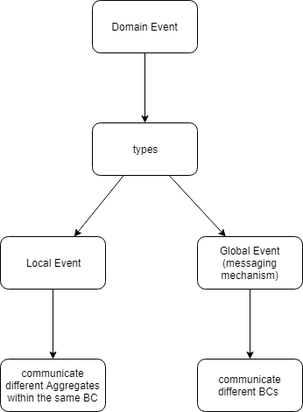
Before: DDD_Domain_Event_Overview.PNG, a diagram exported from draw.io (stsiwo/ddd_concept). Source tidied: cells renumbered, new cells last; positions are measured from the earlier drawing's top-left corner, leaving out a move shared by most shapes. Source of this version:
```xml
<mxGraphModel background="#FFFFFF">
  <root>
    <mxCell id="0" />
    <mxCell id="1" parent="0" />
    <mxCell id="2" style="edgeStyle=orthogonalEdgeStyle;rounded=0;jettySize=auto;html=1;" parent="1" edge="1" source="3" target="6">
      <mxGeometry relative="1" as="geometry" />
    </mxCell>
    <mxCell id="3" value="Domain Event" style="rounded=1;whiteSpace=wrap;html=1;" parent="1" vertex="1">
      <mxGeometry x="105" width="120" height="60" as="geometry" />
    </mxCell>
    <mxCell id="4" style="rounded=0;jettySize=auto;html=1;" parent="1" edge="1" source="6" target="8">
      <mxGeometry relative="1" as="geometry" />
    </mxCell>
    <mxCell id="5" style="edgeStyle=none;rounded=0;jettySize=auto;html=1;" parent="1" edge="1" source="6" target="11">
      <mxGeometry relative="1" as="geometry" />
    </mxCell>
    <mxCell id="6" value="types" style="rounded=1;whiteSpace=wrap;html=1;" parent="1" vertex="1">
      <mxGeometry x="105" y="140" width="120" height="60" as="geometry" />
    </mxCell>
    <mxCell id="7" style="edgeStyle=none;rounded=0;jettySize=auto;html=1;" parent="1" edge="1" source="8" target="9">
      <mxGeometry relative="1" as="geometry" />
    </mxCell>
    <mxCell id="8" value="Local Event" style="rounded=1;whiteSpace=wrap;html=1;" parent="1" vertex="1">
      <mxGeometry y="270" width="120" height="60" as="geometry" />
    </mxCell>
    <mxCell id="9" value="communicate different Aggregates within the same BC" style="rounded=1;whiteSpace=wrap;html=1;" parent="1" vertex="1">
      <mxGeometry y="410" width="120" height="60" as="geometry" />
    </mxCell>
    <mxCell id="10" style="edgeStyle=none;rounded=0;jettySize=auto;html=1;" parent="1" edge="1" source="11" target="12">
      <mxGeometry relative="1" as="geometry" />
    </mxCell>
    <mxCell id="11" value="Global Event&lt;br&gt;(messaging mechanism)&lt;br&gt;" style="rounded=1;whiteSpace=wrap;html=1;" parent="1" vertex="1">
      <mxGeometry x="225" y="270" width="120" height="60" as="geometry" />
    </mxCell>
    <mxCell id="12" value="communicate different BCs&amp;nbsp;" style="rounded=1;whiteSpace=wrap;html=1;" parent="1" vertex="1">
      <mxGeometry x="225" y="410" width="120" height="60" as="geometry" />
    </mxCell>
  </root>
</mxGraphModel>
```
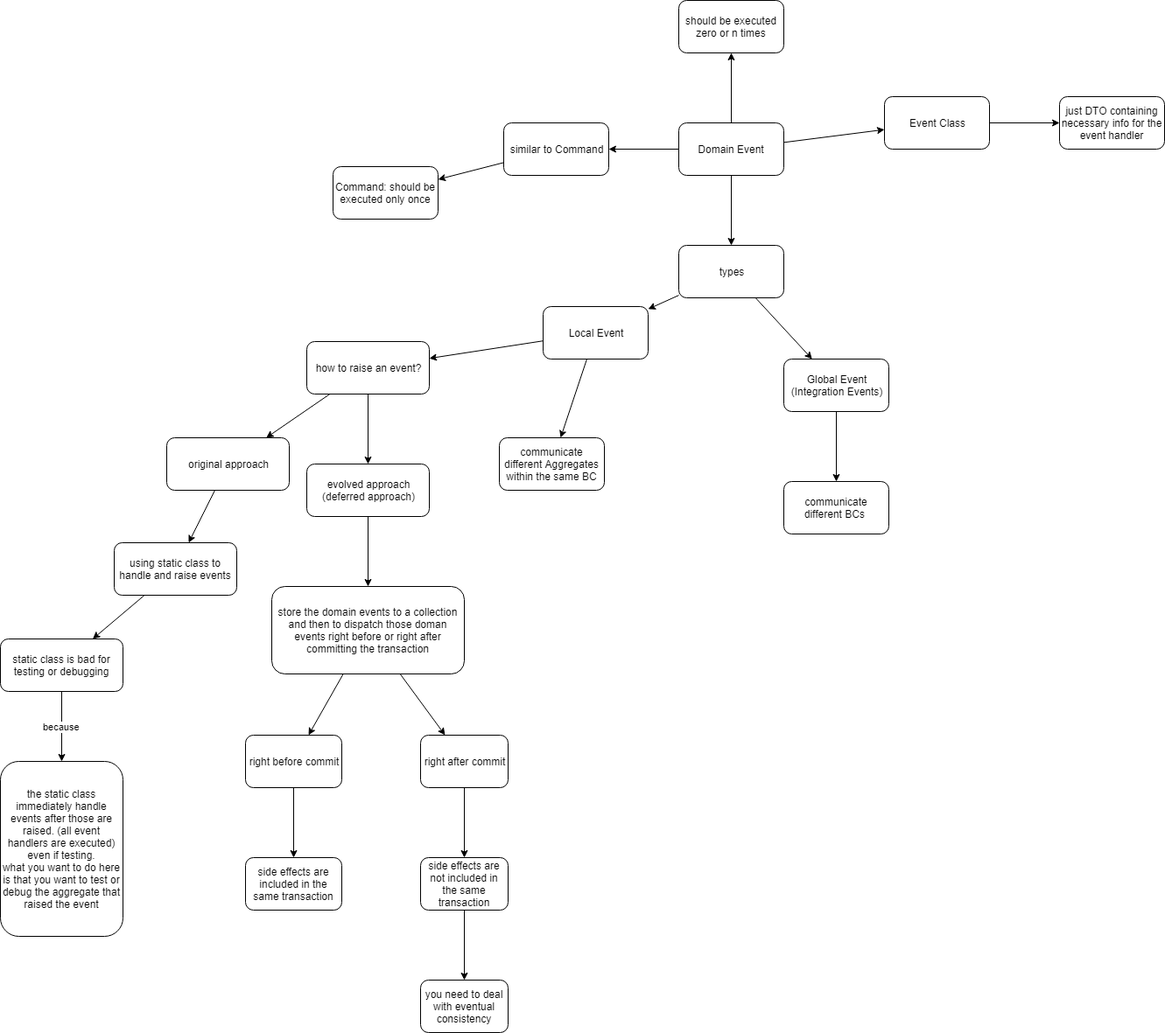
After the commit.

Diff of the diagram source:
```diff
@@ -5,9 +5,39 @@
     <mxCell id="2" style="edgeStyle=orthogonalEdgeStyle;rounded=0;jettySize=auto;html=1;" parent="1" edge="1" source="3" target="6">
       <mxGeometry relative="1" as="geometry" />
     </mxCell>
+    <mxCell id="13" style="edgeStyle=none;rounded=0;jettySize=auto;html=1;" parent="1" edge="1" source="3" target="21">
+      <mxGeometry relative="1" as="geometry" />
+    </mxCell>
+    <mxCell id="14" style="edgeStyle=none;rounded=0;jettySize=auto;html=1;" parent="1" edge="1" source="3" target="19">
+      <mxGeometry relative="1" as="geometry" />
+    </mxCell>
+    <mxCell id="15" style="edgeStyle=none;rounded=0;jettySize=auto;html=1;" parent="1" edge="1" source="3" target="17">
+      <mxGeometry relative="1" as="geometry" />
+    </mxCell>
     <mxCell id="3" value="Domain Event" style="rounded=1;whiteSpace=wrap;html=1;" parent="1" vertex="1">
       <mxGeometry x="105" width="120" height="60" as="geometry" />
     </mxCell>
+    <mxCell id="16" style="edgeStyle=none;rounded=0;jettySize=auto;html=1;" parent="1" edge="1" source="17" target="18">
+      <mxGeometry relative="1" as="geometry" />
+    </mxCell>
+    <mxCell id="17" value="Event Class" style="rounded=1;whiteSpace=wrap;html=1;" parent="1" vertex="1">
+      <mxGeometry x="340" y="-30" width="120" height="60" as="geometry" />
+    </mxCell>
+    <mxCell id="18" value="just DTO containing necessary info for the event handler" style="rounded=1;whiteSpace=wrap;html=1;" parent="1" vertex="1">
+      <mxGeometry x="540" y="-30" width="120" height="60" as="geometry" />
+    </mxCell>
+    <mxCell id="19" value="should be executed zero or n times" style="rounded=1;whiteSpace=wrap;html=1;" parent="1" vertex="1">
+      <mxGeometry x="105" y="-140" width="120" height="60" as="geometry" />
+    </mxCell>
+    <mxCell id="20" style="edgeStyle=none;rounded=0;jettySize=auto;html=1;" parent="1" edge="1" source="21" target="22">
+      <mxGeometry relative="1" as="geometry" />
+    </mxCell>
+    <mxCell id="21" value="similar to Command" style="rounded=1;whiteSpace=wrap;html=1;" parent="1" vertex="1">
+      <mxGeometry x="-95" width="120" height="60" as="geometry" />
+    </mxCell>
+    <mxCell id="22" value="Command: should be executed only once" style="rounded=1;whiteSpace=wrap;html=1;" parent="1" vertex="1">
+      <mxGeometry x="-290" y="50" width="120" height="60" as="geometry" />
+    </mxCell>
     <mxCell id="4" style="rounded=0;jettySize=auto;html=1;" parent="1" edge="1" source="6" target="8">
       <mxGeometry relative="1" as="geometry" />
     </mxCell>
@@ -20,20 +50,92 @@
     <mxCell id="7" style="edgeStyle=none;rounded=0;jettySize=auto;html=1;" parent="1" edge="1" source="8" target="9">
       <mxGeometry relative="1" as="geometry" />
     </mxCell>
+    <mxCell id="23" style="edgeStyle=none;rounded=0;jettySize=auto;html=1;" parent="1" edge="1" source="8" target="26">
+      <mxGeometry relative="1" as="geometry" />
+    </mxCell>
     <mxCell id="8" value="Local Event" style="rounded=1;whiteSpace=wrap;html=1;" parent="1" vertex="1">
-      <mxGeometry y="270" width="120" height="60" as="geometry" />
+      <mxGeometry x="-50" y="210" width="120" height="60" as="geometry" />
     </mxCell>
+    <mxCell id="24" style="edgeStyle=none;rounded=0;jettySize=auto;html=1;" parent="1" edge="1" source="26" target="36">
+      <mxGeometry relative="1" as="geometry" />
+    </mxCell>
+    <mxCell id="25" style="edgeStyle=none;rounded=0;jettySize=auto;html=1;" parent="1" edge="1" source="26" target="28">
+      <mxGeometry relative="1" as="geometry" />
+    </mxCell>
+    <mxCell id="26" value="how to raise an event?" style="rounded=1;whiteSpace=wrap;html=1;" parent="1" vertex="1">
+      <mxGeometry x="-320" y="250" width="140" height="60" as="geometry" />
+    </mxCell>
+    <mxCell id="27" style="edgeStyle=none;rounded=0;jettySize=auto;html=1;" parent="1" edge="1" source="28" target="31">
+      <mxGeometry relative="1" as="geometry" />
+    </mxCell>
+    <mxCell id="28" value="evolved approach&lt;br&gt;(deferred approach)&lt;br&gt;" style="rounded=1;whiteSpace=wrap;html=1;" parent="1" vertex="1">
+      <mxGeometry x="-320" y="390" width="140" height="60" as="geometry" />
+    </mxCell>
+    <mxCell id="29" style="edgeStyle=none;rounded=0;jettySize=auto;html=1;" parent="1" edge="1" source="31" target="33">
+      <mxGeometry relative="1" as="geometry" />
+    </mxCell>
+    <mxCell id="30" style="edgeStyle=none;rounded=0;jettySize=auto;html=1;" parent="1" edge="1" source="31" target="43">
+      <mxGeometry relative="1" as="geometry" />
+    </mxCell>
+    <mxCell id="31" value="store the domain events to a collection and then to dispatch those doman events right before or right after committing the transaction" style="rounded=1;whiteSpace=wrap;html=1;" parent="1" vertex="1">
+      <mxGeometry x="-360" y="530" width="220" height="100" as="geometry" />
+    </mxCell>
+    <mxCell id="32" style="edgeStyle=none;rounded=0;jettySize=auto;html=1;" parent="1" edge="1" source="33" target="34">
+      <mxGeometry relative="1" as="geometry" />
+    </mxCell>
+    <mxCell id="33" value="right before commit" style="rounded=1;whiteSpace=wrap;html=1;" parent="1" vertex="1">
+      <mxGeometry x="-390" y="700" width="110" height="60" as="geometry" />
+    </mxCell>
+    <mxCell id="34" value="side effects are included in the same transaction" style="rounded=1;whiteSpace=wrap;html=1;" parent="1" vertex="1">
+      <mxGeometry x="-390" y="840" width="110" height="60" as="geometry" />
+    </mxCell>
+    <mxCell id="35" style="edgeStyle=none;rounded=0;jettySize=auto;html=1;" parent="1" edge="1" source="36" target="38">
+      <mxGeometry relative="1" as="geometry" />
+    </mxCell>
+    <mxCell id="36" value="original approach" style="rounded=1;whiteSpace=wrap;html=1;" parent="1" vertex="1">
+      <mxGeometry x="-480" y="360" width="140" height="60" as="geometry" />
+    </mxCell>
+    <mxCell id="37" style="edgeStyle=none;rounded=0;jettySize=auto;html=1;" parent="1" edge="1" source="38" target="40">
+      <mxGeometry relative="1" as="geometry" />
+    </mxCell>
+    <mxCell id="38" value="using static class to handle and raise events" style="rounded=1;whiteSpace=wrap;html=1;" parent="1" vertex="1">
+      <mxGeometry x="-540" y="480" width="140" height="60" as="geometry" />
+    </mxCell>
+    <mxCell id="39" value="because" style="edgeStyle=none;rounded=0;jettySize=auto;html=1;" parent="1" edge="1" source="40" target="41">
+      <mxGeometry relative="1" as="geometry" />
+    </mxCell>
+    <mxCell id="40" value="static class is bad for testing or debugging" style="rounded=1;whiteSpace=wrap;html=1;" parent="1" vertex="1">
+      <mxGeometry x="-670" y="590" width="140" height="60" as="geometry" />
+    </mxCell>
+    <mxCell id="41" value="the static class immediately handle events after those are raised. (all event handlers are executed) even if testing.&lt;br&gt;what you want to do here is that you want to test or debug the aggregate that raised the event&lt;br&gt;" style="rounded=1;whiteSpace=wrap;html=1;" parent="1" vertex="1">
+      <mxGeometry x="-670" y="730" width="140" height="200" as="geometry" />
+    </mxCell>
     <mxCell id="9" value="communicate different Aggregates within the same BC" style="rounded=1;whiteSpace=wrap;html=1;" parent="1" vertex="1">
-      <mxGeometry y="410" width="120" height="60" as="geometry" />
+      <mxGeometry x="-100" y="360" width="120" height="60" as="geometry" />
     </mxCell>
     <mxCell id="10" style="edgeStyle=none;rounded=0;jettySize=auto;html=1;" parent="1" edge="1" source="11" target="12">
       <mxGeometry relative="1" as="geometry" />
     </mxCell>
-    <mxCell id="11" value="Global Event&lt;br&gt;(messaging mechanism)&lt;br&gt;" style="rounded=1;whiteSpace=wrap;html=1;" parent="1" vertex="1">
+    <mxCell id="11" value="Global Event&lt;br&gt;(Integration Events)&lt;br&gt;" style="rounded=1;whiteSpace=wrap;html=1;" parent="1" vertex="1">
       <mxGeometry x="225" y="270" width="120" height="60" as="geometry" />
     </mxCell>
     <mxCell id="12" value="communicate different BCs&amp;nbsp;" style="rounded=1;whiteSpace=wrap;html=1;" parent="1" vertex="1">
       <mxGeometry x="225" y="410" width="120" height="60" as="geometry" />
     </mxCell>
+    <mxCell id="42" style="edgeStyle=none;rounded=0;jettySize=auto;html=1;" parent="1" edge="1" source="43" target="45">
+      <mxGeometry relative="1" as="geometry" />
+    </mxCell>
+    <mxCell id="43" value="right after commit" style="rounded=1;whiteSpace=wrap;html=1;" parent="1" vertex="1">
+      <mxGeometry x="-190" y="700" width="100" height="60" as="geometry" />
+    </mxCell>
+    <mxCell id="44" style="edgeStyle=none;rounded=0;jettySize=auto;html=1;" parent="1" edge="1" source="45" target="46">
+      <mxGeometry relative="1" as="geometry" />
+    </mxCell>
+    <mxCell id="45" value="side effects are not included in the same transaction" style="rounded=1;whiteSpace=wrap;html=1;" parent="1" vertex="1">
+      <mxGeometry x="-190" y="840" width="100" height="60" as="geometry" />
+    </mxCell>
+    <mxCell id="46" value="you need to deal with eventual consistency" style="rounded=1;whiteSpace=wrap;html=1;" parent="1" vertex="1">
+      <mxGeometry x="-190" y="980" width="100" height="60" as="geometry" />
+    </mxCell>
   </root>
 </mxGraphModel>
```
